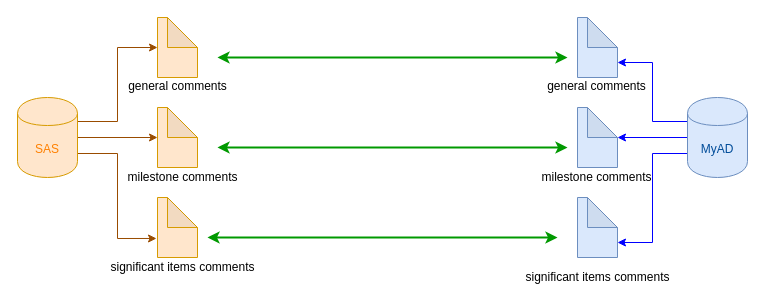
The draw.io diagram SAS_MONITORING.drawio in claytonbrown/aws-drawing, before the edit. Source tidied: cells renumbered, new cells numbered last; positions are measured from the earlier drawing's top-left corner, leaving out a move shared by most shapes. Both pictures are drawn from the tidied source at 100%, with x=0, y=0 at pixel (17, 17).
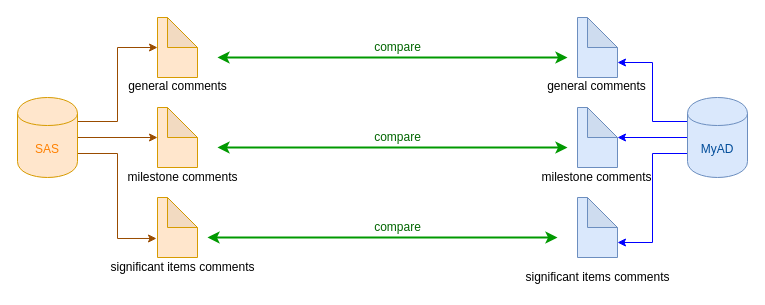
The same diagram, later.

The edit, as a diff of the source:
```diff
@@
+    <mxCell id="25" value="compare" style="text;html=1;align=center;verticalAlign=middle;fontColor=#006600;" parent="1" vertex="1">
+      <mxGeometry x="350" y="20" width="60" height="20" as="geometry" />
+    </mxCell>
+    <mxCell id="26" value="compare" style="text;html=1;align=center;verticalAlign=middle;fontColor=#006600;" parent="1" vertex="1">
+      <mxGeometry x="350" y="110" width="60" height="20" as="geometry" />
+    </mxCell>
+    <mxCell id="27" value="compare" style="text;html=1;align=center;verticalAlign=middle;fontColor=#006600;" parent="1" vertex="1">
+      <mxGeometry x="350" y="200" width="60" height="20" as="geometry" />
+    </mxCell>
```
